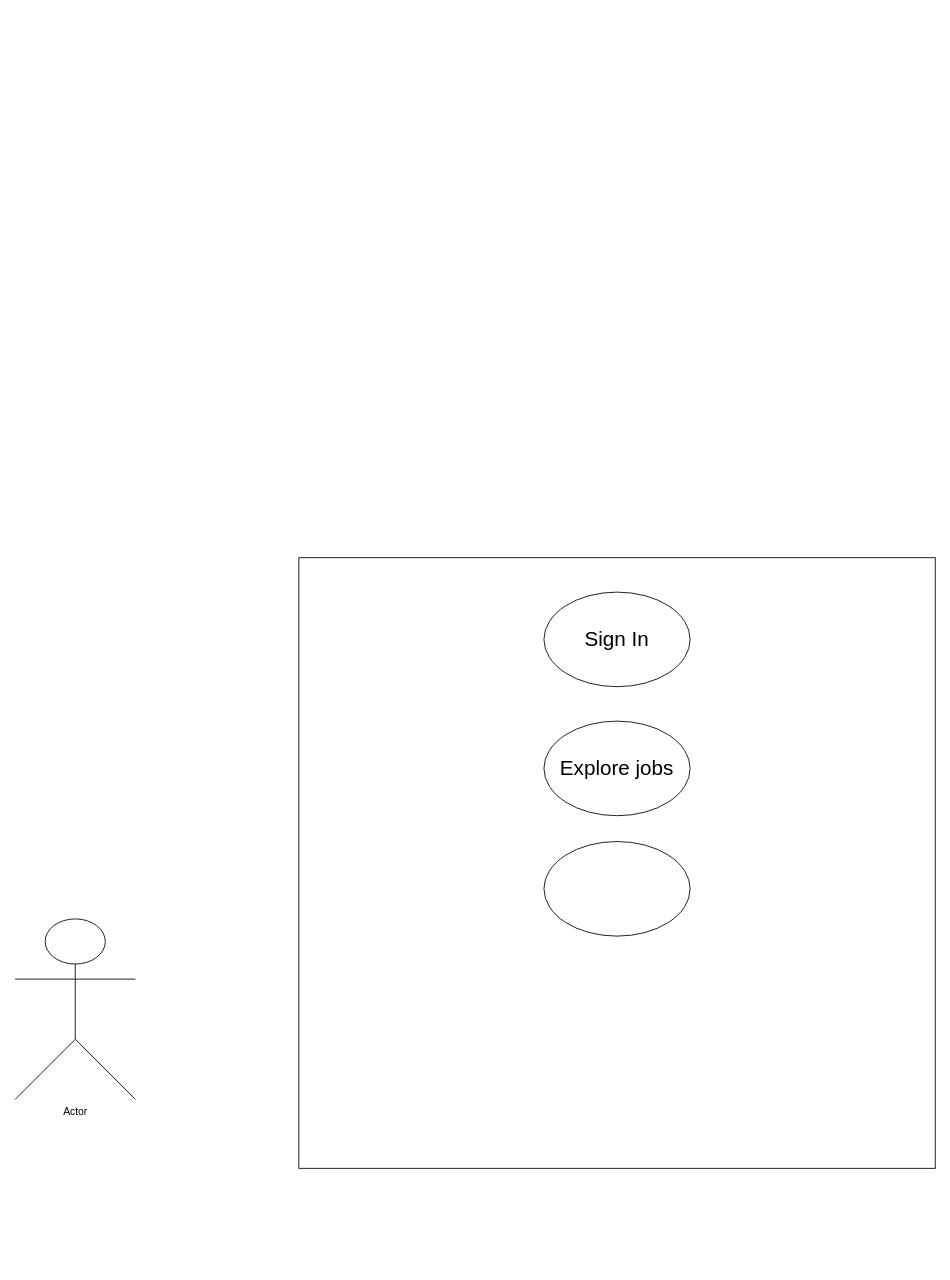
This is Untitled Diagram.drawio from Leck0000/1, a draw.io file, before an edit. Source tidied: cells renumbered, new cells numbered last; positions are measured from the earlier drawing's top-left corner, leaving out a move shared by most shapes. Both pictures are drawn from the tidied source at 86%, with x=0, y=0 at pixel (15, 557).
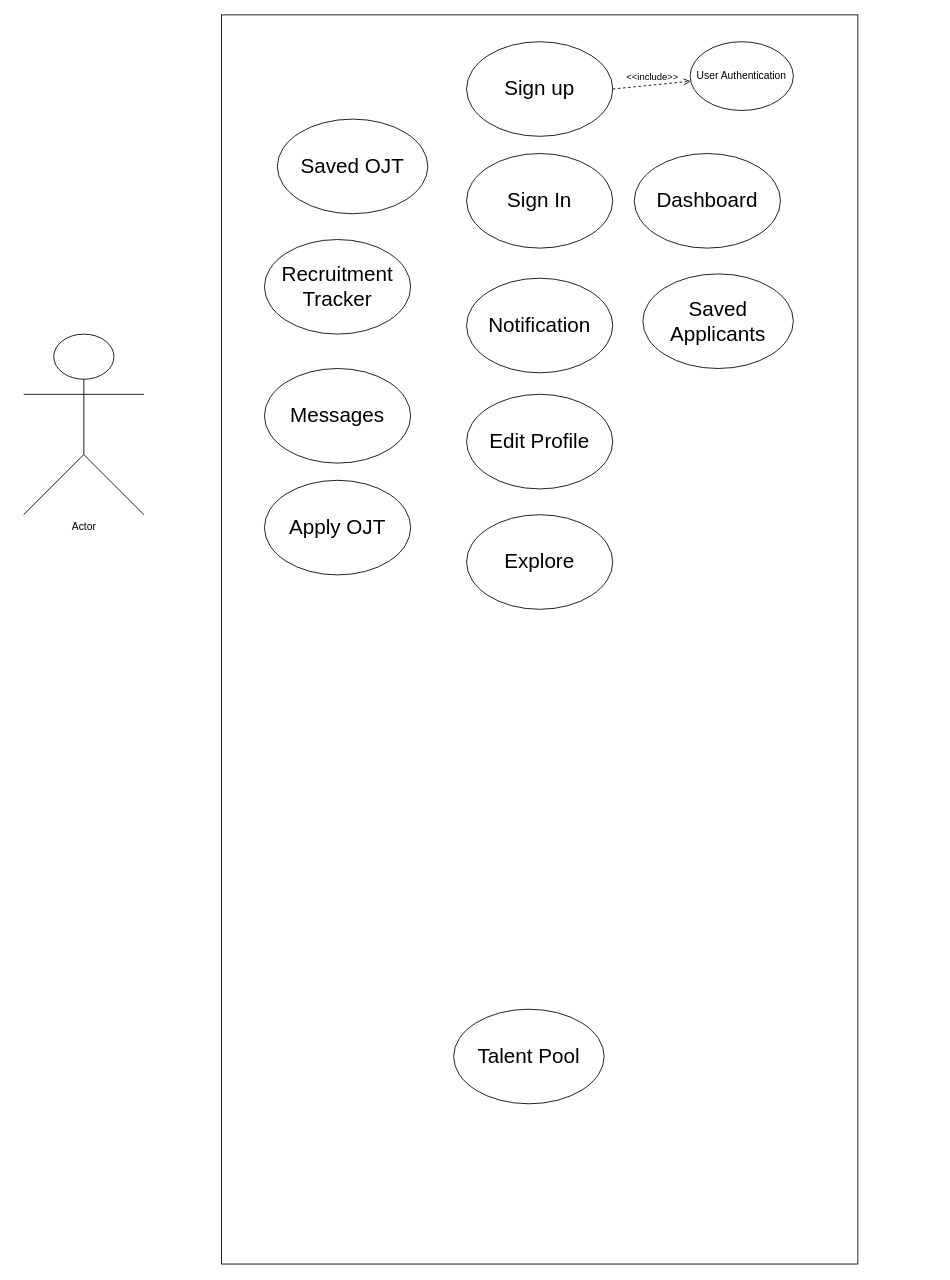
The same diagram, later.

Commit message:
Use kiss

Diff of the diagram source:
```diff
@@
 <mxGraphModel>
   <root>
     <mxCell id="0" />
     <mxCell id="1" parent="0" />
     <mxCell id="2" value="Actor" style="shape=umlActor;verticalLabelPosition=bottom;verticalAlign=top;html=1;" parent="1" vertex="1">
-      <mxGeometry y="420" width="140" height="210" as="geometry" />
+      <mxGeometry x="10" y="-260" width="140" height="210" as="geometry" />
     </mxCell>
     <mxCell id="3" style="rounded=0;whiteSpace=wrap;html=1;" parent="1" vertex="1">
-      <mxGeometry x="330" width="740" height="710" as="geometry" />
+      <mxGeometry x="240" y="-631.2" width="740" height="1452.5" as="geometry" />
     </mxCell>
     <mxCell id="4" value="&lt;font style=&quot;font-size: 24px;&quot;&gt;Sign In&lt;/font&gt;" style="ellipse;whiteSpace=wrap;html=1;" parent="1" vertex="1">
-      <mxGeometry x="615" y="40" width="170" height="110" as="geometry" />
+      <mxGeometry x="525" y="-470" width="170" height="110" as="geometry" />
     </mxCell>
-    <mxCell id="5" value="&lt;span style=&quot;font-size: 24px;&quot;&gt;Explore jobs&lt;/span&gt;" style="ellipse;whiteSpace=wrap;html=1;" parent="1" vertex="1">
-      <mxGeometry x="615" y="190" width="170" height="110" as="geometry" />
+    <mxCell id="5" value="&lt;span style=&quot;font-size: 24px;&quot;&gt;Explore&lt;/span&gt;" style="ellipse;whiteSpace=wrap;html=1;" parent="1" vertex="1">
+      <mxGeometry x="525" y="-50" width="170" height="110" as="geometry" />
     </mxCell>
-    <mxCell id="6" style="ellipse;whiteSpace=wrap;html=1;" parent="1" vertex="1">
-      <mxGeometry x="615" y="330" width="170" height="110" as="geometry" />
-    </mxCell>
+    <mxCell id="7" value="&lt;span style=&quot;font-size: 24px;&quot;&gt;Edit Profile&lt;/span&gt;" style="ellipse;whiteSpace=wrap;html=1;" parent="1" vertex="1">
+      <mxGeometry x="525" y="-190" width="170" height="110" as="geometry" />
+    </mxCell>
+    <mxCell id="8" value="&lt;font style=&quot;font-size: 24px;&quot;&gt;Sign up&lt;/font&gt;" style="ellipse;whiteSpace=wrap;html=1;" parent="1" vertex="1">
+      <mxGeometry x="525" y="-600" width="170" height="110" as="geometry" />
+    </mxCell>
+    <mxCell id="9" value="&amp;lt;&amp;lt;include&amp;gt;&amp;gt;" style="html=1;verticalAlign=bottom;labelBackgroundColor=none;endArrow=open;endFill=0;dashed=1;rounded=0;exitX=1;exitY=0.5;exitDx=0;exitDy=0;" parent="1" edge="1" source="8" target="10">
+      <mxGeometry relative="1" as="geometry" />
+    </mxCell>
+    <mxCell id="10" value="User Authentication" style="ellipse;whiteSpace=wrap;html=1;" parent="1" vertex="1">
+      <mxGeometry x="785" y="-600" width="120" height="80" as="geometry" />
+    </mxCell>
+    <mxCell id="11" value="&lt;span style=&quot;font-size: 24px;&quot;&gt;Notification&lt;/span&gt;" style="ellipse;whiteSpace=wrap;html=1;" parent="1" vertex="1">
+      <mxGeometry x="525" y="-325" width="170" height="110" as="geometry" />
+    </mxCell>
+    <mxCell id="12" value="&lt;font style=&quot;font-size: 24px;&quot;&gt;Saved OJT&lt;/font&gt;" style="ellipse;whiteSpace=wrap;html=1;" parent="1" vertex="1">
+      <mxGeometry x="305" y="-510" width="175" height="110" as="geometry" />
+    </mxCell>
+    <mxCell id="13" value="&lt;span style=&quot;font-size: 24px;&quot;&gt;Recruitment Tracker&lt;/span&gt;" style="ellipse;whiteSpace=wrap;html=1;" parent="1" vertex="1">
+      <mxGeometry x="290" y="-370" width="170" height="110" as="geometry" />
+    </mxCell>
+    <mxCell id="14" value="&lt;span style=&quot;font-size: 24px;&quot;&gt;Messages&lt;/span&gt;" style="ellipse;whiteSpace=wrap;html=1;" parent="1" vertex="1">
+      <mxGeometry x="290" y="-220" width="170" height="110" as="geometry" />
+    </mxCell>
+    <mxCell id="15" value="&lt;span style=&quot;font-size: 24px;&quot;&gt;Apply OJT&lt;/span&gt;" style="ellipse;whiteSpace=wrap;html=1;" parent="1" vertex="1">
+      <mxGeometry x="290" y="-90" width="170" height="110" as="geometry" />
+    </mxCell>
+    <mxCell id="16" value="&lt;span style=&quot;font-size: 24px;&quot;&gt;Dashboard&lt;/span&gt;" style="ellipse;whiteSpace=wrap;html=1;" parent="1" vertex="1">
+      <mxGeometry x="720" y="-470" width="170" height="110" as="geometry" />
+    </mxCell>
+    <mxCell id="17" value="&lt;font style=&quot;font-size: 24px;&quot;&gt;Saved Applicants&lt;/font&gt;" style="ellipse;whiteSpace=wrap;html=1;" parent="1" vertex="1">
+      <mxGeometry x="730" y="-330" width="175" height="110" as="geometry" />
+    </mxCell>
+    <mxCell id="18" value="&lt;span style=&quot;font-size: 24px;&quot;&gt;Talent Pool&lt;/span&gt;" style="ellipse;whiteSpace=wrap;html=1;" parent="1" vertex="1">
+      <mxGeometry x="510" y="525" width="175" height="110" as="geometry" />
+    </mxCell>
   </root>
 </mxGraphModel>
```
